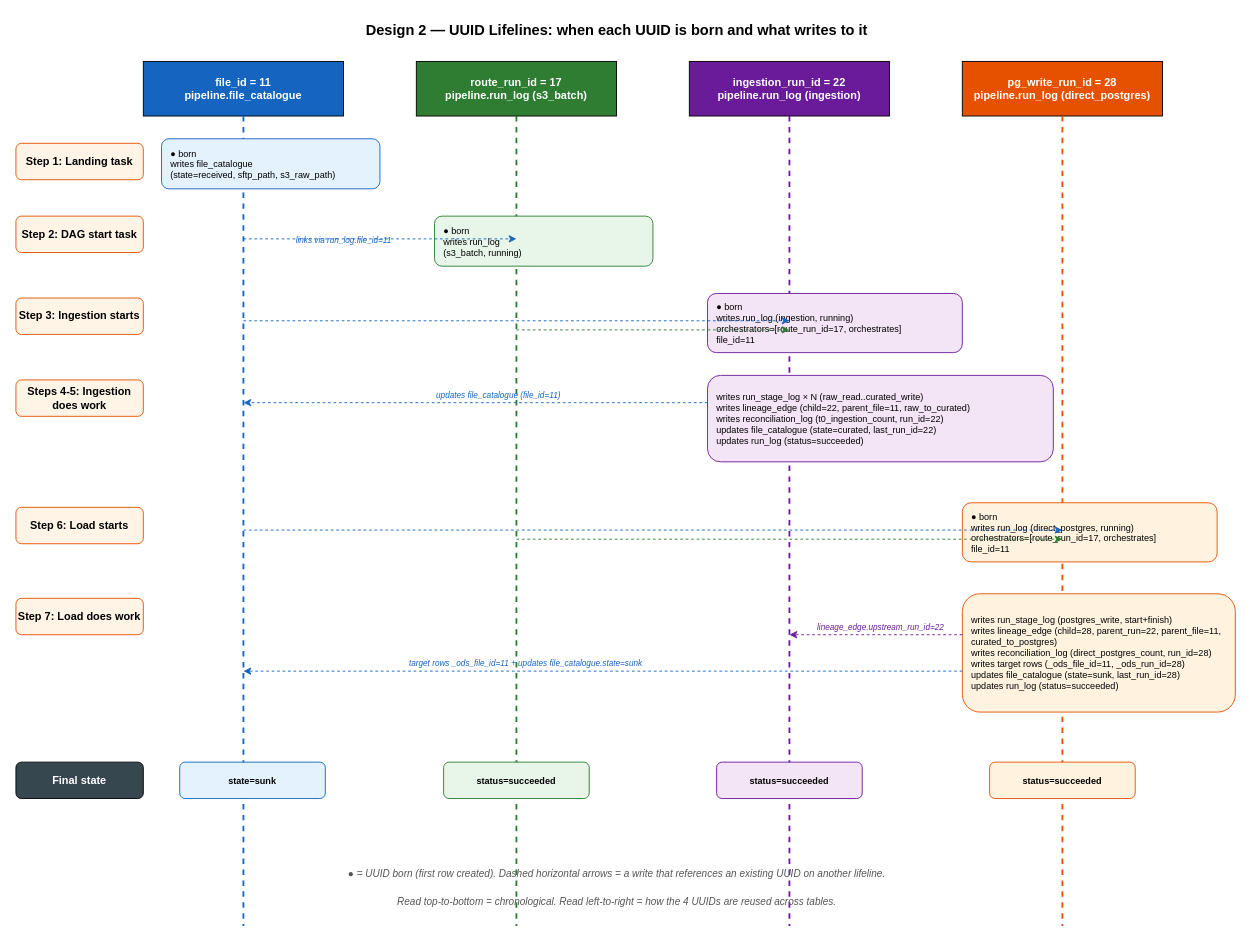
Earlier version of the draw.io diagram docs/dev-guides/control-tables-design2-lifelines.drawio (holdersav20001/ods). Source tidied: cells renumbered, new cells numbered last; positions are measured from the earlier drawing's top-left corner, leaving out a move shared by most shapes. Both pictures are drawn from the tidied source at 91%, with x=0, y=0 at pixel (15, 15).
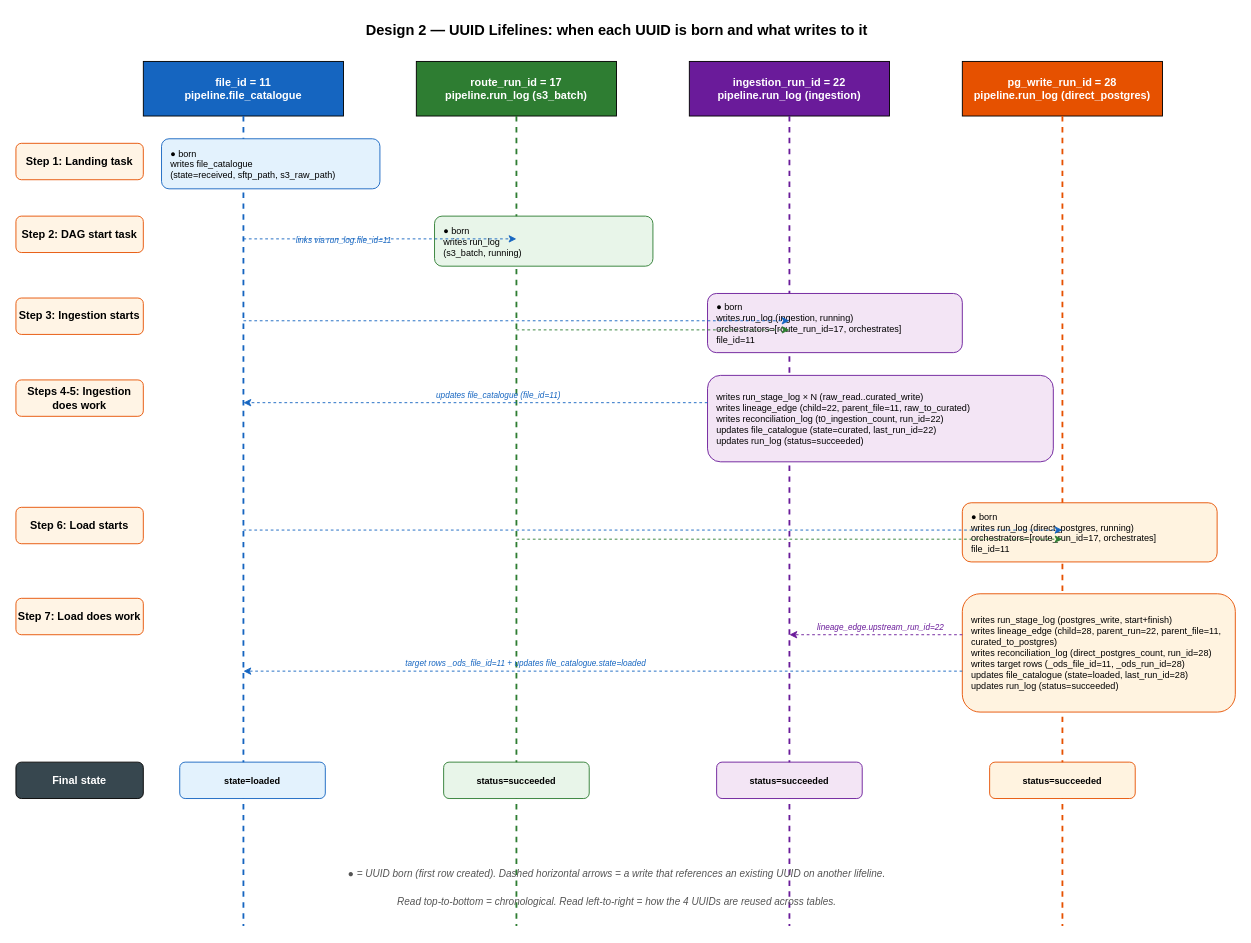
Above is the later version.

Diff of the diagram source:
```diff
@@
-    <mxCell id="30" value="writes run_stage_log (postgres_write, start+finish)&#10;writes lineage_edge (child=28, parent_run=22, parent_file=11,&#10;                    curated_to_postgres)&#10;writes reconciliation_log (direct_postgres_count, run_id=28)&#10;writes target rows (_ods_file_id=11, _ods_run_id=28)&#10;updates file_catalogue (state=sunk, last_run_id=28)&#10;updates run_log (status=succeeded)" style="rounded=1;whiteSpace=wrap;html=1;fillColor=#FFF3E0;strokeColor=#E65100;align=left;spacingLeft=8;fontSize=10;" parent="1" vertex="1">
+    <mxCell id="30" value="writes run_stage_log (postgres_write, start+finish)&#10;writes lineage_edge (child=28, parent_run=22, parent_file=11,&#10;                    curated_to_postgres)&#10;writes reconciliation_log (direct_postgres_count, run_id=28)&#10;writes target rows (_ods_file_id=11, _ods_run_id=28)&#10;updates file_catalogue (state=loaded, last_run_id=28)&#10;updates run_log (status=succeeded)" style="rounded=1;whiteSpace=wrap;html=1;fillColor=#FFF3E0;strokeColor=#E65100;align=left;spacingLeft=8;fontSize=10;" parent="1" vertex="1">
       <mxGeometry x="1040" y="635" width="300" height="130" as="geometry" />
     </mxCell>
@@
-    <mxCell id="34" value="target rows _ods_file_id=11 + updates file_catalogue.state=sunk" style="text;html=1;align=center;fontSize=9;fontStyle=2;fontColor=#1565C0;" parent="1" vertex="1">
+    <mxCell id="34" value="target rows _ods_file_id=11 + updates file_catalogue.state=loaded" style="text;html=1;align=center;fontSize=9;fontStyle=2;fontColor=#1565C0;" parent="1" vertex="1">
       <mxGeometry x="360" y="700" width="400" height="20" as="geometry" />
     </mxCell>
@@
-    <mxCell id="36" value="state=sunk" style="rounded=1;whiteSpace=wrap;html=1;fillColor=#E3F2FD;strokeColor=#1565C0;align=center;fontStyle=1;fontSize=10;" parent="1" vertex="1">
+    <mxCell id="36" value="state=loaded" style="rounded=1;whiteSpace=wrap;html=1;fillColor=#E3F2FD;strokeColor=#1565C0;align=center;fontStyle=1;fontSize=10;" parent="1" vertex="1">
       <mxGeometry x="180" y="820" width="160" height="40" as="geometry" />
     </mxCell>
```
